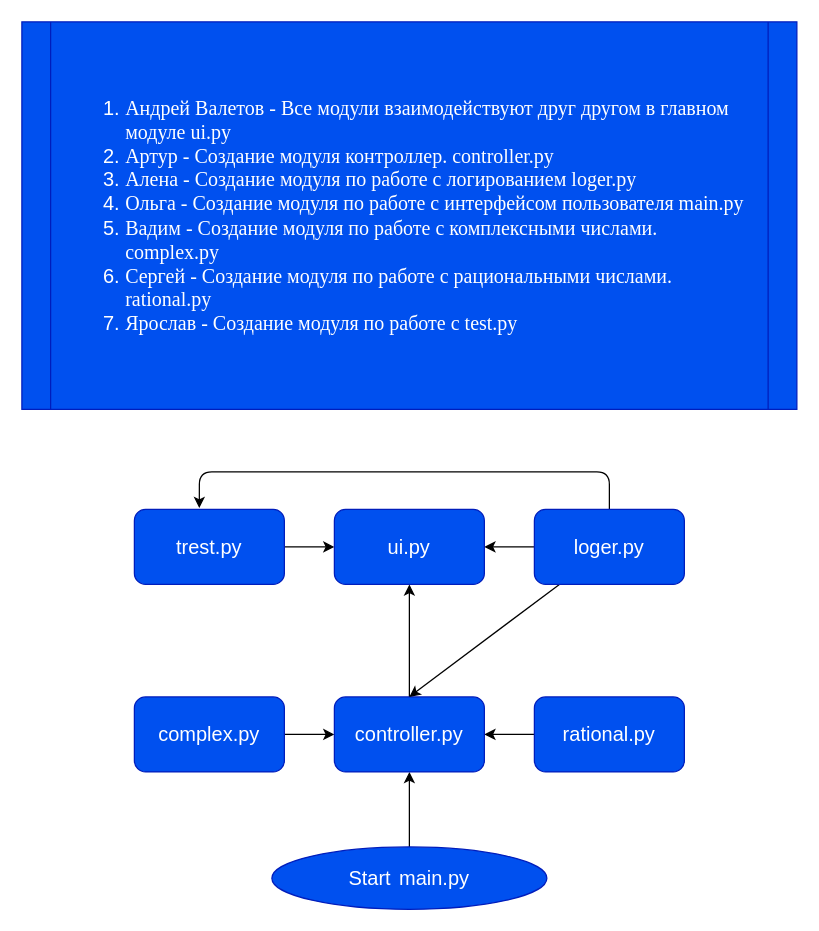
This is flowchart.drawio from GrafanyS/calculator_program, a draw.io file, before an edit. Source tidied: cells renumbered, new cells numbered last; positions are measured from the earlier drawing's top-left corner, leaving out a move shared by most shapes. Both pictures are drawn from the tidied source at 125%, with x=0, y=0 at pixel (21, 21).
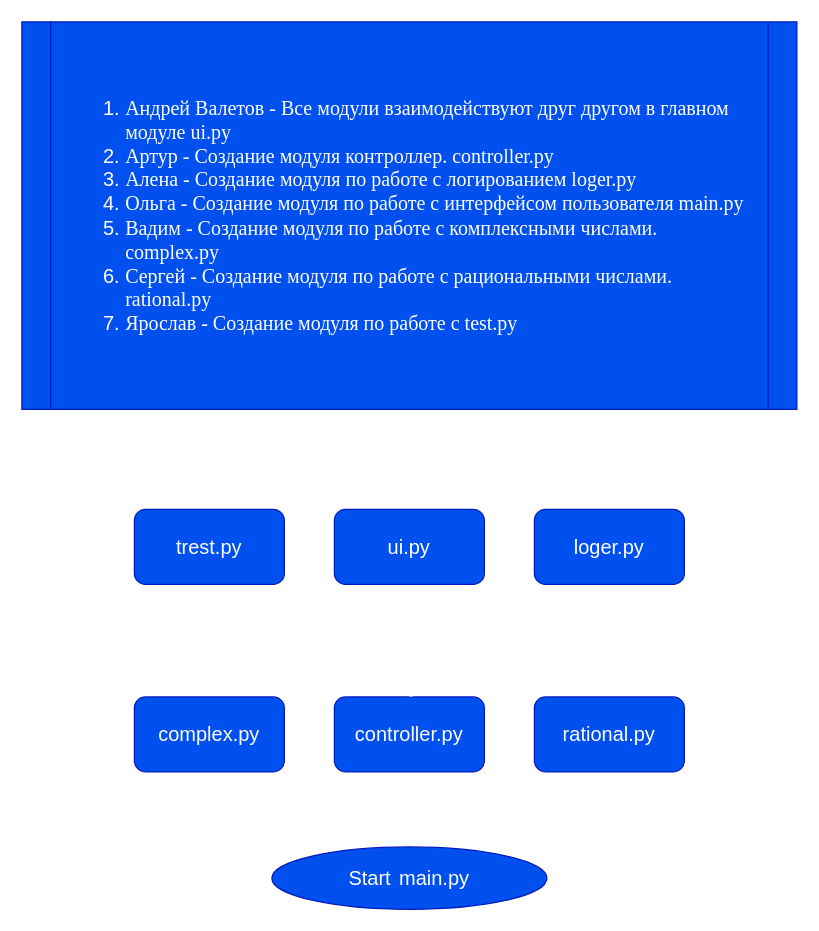
The same page after the edit.

Commit message:
.\flowchart.drawio беллые линии

Diff of the diagram source:
```diff
@@
 <mxGraphModel>
   <root>
     <mxCell id="0" />
     <mxCell id="1" parent="0" />
-    <mxCell id="2" style="edgeStyle=none;html=1;exitX=1;exitY=0.5;exitDx=0;exitDy=0;entryX=0;entryY=0.5;entryDx=0;entryDy=0;" parent="1" edge="1" source="3" target="11">
+    <mxCell id="2" style="edgeStyle=none;html=1;exitX=1;exitY=0.5;exitDx=0;exitDy=0;entryX=0;entryY=0.5;entryDx=0;entryDy=0;strokeColor=#FFFFFF;" parent="1" edge="1" source="3" target="11">
       <mxGeometry relative="1" as="geometry" />
     </mxCell>
     <mxCell id="3" value="&lt;div style=&quot;font-size: 16px ; line-height: 22px&quot;&gt;&lt;div style=&quot;line-height: 22px&quot;&gt;&lt;font&gt;complex.py&lt;/font&gt;&lt;/div&gt;&lt;/div&gt;" style="rounded=1;whiteSpace=wrap;html=1;fontColor=#ffffff;labelBackgroundColor=none;fillColor=#0050ef;strokeColor=#001DBC;" parent="1" vertex="1">
       <mxGeometry x="90" y="540" width="120" height="60" as="geometry" />
     </mxCell>
-    <mxCell id="4" style="edgeStyle=none;html=1;exitX=0;exitY=0.5;exitDx=0;exitDy=0;entryX=1;entryY=0.5;entryDx=0;entryDy=0;" parent="1" edge="1" source="5" target="11">
+    <mxCell id="4" style="edgeStyle=none;html=1;exitX=0;exitY=0.5;exitDx=0;exitDy=0;entryX=1;entryY=0.5;entryDx=0;entryDy=0;strokeColor=#FFFFFF;" parent="1" edge="1" source="5" target="11">
       <mxGeometry relative="1" as="geometry" />
     </mxCell>
     <mxCell id="5" value="&lt;div style=&quot;font-size: 16px; line-height: 22px;&quot;&gt;rational.py&lt;/div&gt;" style="rounded=1;whiteSpace=wrap;html=1;fontColor=#ffffff;labelBackgroundColor=none;fillColor=#0050ef;strokeColor=#001DBC;" parent="1" vertex="1">
       <mxGeometry x="410" y="540" width="120" height="60" as="geometry" />
     </mxCell>
-    <mxCell id="6" style="edgeStyle=none;html=1;exitX=1;exitY=0.5;exitDx=0;exitDy=0;entryX=0;entryY=0.5;entryDx=0;entryDy=0;" parent="1" edge="1" source="7" target="16">
+    <mxCell id="6" style="edgeStyle=none;html=1;exitX=1;exitY=0.5;exitDx=0;exitDy=0;entryX=0;entryY=0.5;entryDx=0;entryDy=0;strokeColor=#FFFFFF;" parent="1" edge="1" source="7" target="16">
       <mxGeometry relative="1" as="geometry" />
     </mxCell>
     <mxCell id="7" value="&lt;font style=&quot;font-size: 16px&quot;&gt;trest.py&lt;/font&gt;" style="rounded=1;whiteSpace=wrap;html=1;fontColor=#ffffff;labelBackgroundColor=none;fillColor=#0050ef;strokeColor=#001DBC;" parent="1" vertex="1">
       <mxGeometry x="90" y="390" width="120" height="60" as="geometry" />
     </mxCell>
-    <mxCell id="8" style="edgeStyle=none;html=1;" parent="1" edge="1" source="9" target="11">
+    <mxCell id="8" style="edgeStyle=none;html=1;strokeColor=#FFFFFF;" parent="1" edge="1" source="9" target="11">
       <mxGeometry relative="1" as="geometry" />
     </mxCell>
     <mxCell id="9" value="&lt;font style=&quot;font-size: 16px&quot;&gt;Start&lt;/font&gt;&amp;nbsp;&amp;nbsp;&lt;span style=&quot;font-size: 16px&quot;&gt;main.py&lt;/span&gt;" style="ellipse;whiteSpace=wrap;html=1;fontColor=#ffffff;labelBackgroundColor=none;fillColor=#0050ef;strokeColor=#001DBC;" parent="1" vertex="1">
       <mxGeometry x="200" y="660" width="220" height="50" as="geometry" />
     </mxCell>
-    <mxCell id="10" style="edgeStyle=none;html=1;exitX=0.5;exitY=0;exitDx=0;exitDy=0;entryX=0.5;entryY=1;entryDx=0;entryDy=0;" parent="1" edge="1" source="11" target="16">
+    <mxCell id="10" style="edgeStyle=none;html=1;exitX=0.5;exitY=0;exitDx=0;exitDy=0;entryX=0.5;entryY=1;entryDx=0;entryDy=0;strokeColor=#FFFFFF;" parent="1" edge="1" source="11" target="16">
       <mxGeometry relative="1" as="geometry" />
     </mxCell>
     <mxCell id="11" value="&lt;font style=&quot;font-size: 16px&quot;&gt;controller.py&lt;/font&gt;" style="rounded=1;whiteSpace=wrap;html=1;fontColor=#ffffff;labelBackgroundColor=none;fillColor=#0050ef;strokeColor=#001DBC;" parent="1" vertex="1">
       <mxGeometry x="250" y="540" width="120" height="60" as="geometry" />
     </mxCell>
-    <mxCell id="12" style="edgeStyle=none;html=1;exitX=0.5;exitY=0;exitDx=0;exitDy=0;entryX=0.433;entryY=-0.017;entryDx=0;entryDy=0;entryPerimeter=0;" parent="1" edge="1" source="15" target="7">
+    <mxCell id="12" style="edgeStyle=none;html=1;exitX=0.5;exitY=0;exitDx=0;exitDy=0;entryX=0.433;entryY=-0.017;entryDx=0;entryDy=0;entryPerimeter=0;strokeColor=#FFFFFF;" parent="1" edge="1" source="15" target="7">
       <mxGeometry relative="1" as="geometry">
         <Array as="points">
           <mxPoint x="470" y="360" />
           <mxPoint x="142" y="360" />
         </Array>
       </mxGeometry>
     </mxCell>
-    <mxCell id="13" style="edgeStyle=none;html=1;exitX=0;exitY=0.5;exitDx=0;exitDy=0;entryX=1;entryY=0.5;entryDx=0;entryDy=0;" parent="1" edge="1" source="15" target="16">
+    <mxCell id="13" style="edgeStyle=none;html=1;exitX=0;exitY=0.5;exitDx=0;exitDy=0;entryX=1;entryY=0.5;entryDx=0;entryDy=0;strokeColor=#FFFFFF;" parent="1" edge="1" source="15" target="16">
       <mxGeometry relative="1" as="geometry" />
     </mxCell>
-    <mxCell id="14" style="edgeStyle=none;html=1;entryX=0.5;entryY=0;entryDx=0;entryDy=0;" parent="1" edge="1" source="15" target="11">
+    <mxCell id="14" style="edgeStyle=none;html=1;entryX=0.5;entryY=0;entryDx=0;entryDy=0;strokeColor=#FFFFFF;" parent="1" edge="1" source="15" target="11">
       <mxGeometry relative="1" as="geometry" />
     </mxCell>
     <mxCell id="15" value="&lt;font style=&quot;font-size: 16px&quot;&gt;loger.py&lt;/font&gt;" style="rounded=1;whiteSpace=wrap;html=1;fontColor=#ffffff;labelBackgroundColor=none;fillColor=#0050ef;strokeColor=#001DBC;" parent="1" vertex="1">
       <mxGeometry x="410" y="390" width="120" height="60" as="geometry" />
     </mxCell>
     <mxCell id="16" value="&lt;font style=&quot;font-size: 16px&quot;&gt;ui.py&lt;/font&gt;" style="rounded=1;whiteSpace=wrap;html=1;fontColor=#ffffff;labelBackgroundColor=none;fillColor=#0050ef;strokeColor=#001DBC;" parent="1" vertex="1">
       <mxGeometry x="250" y="390" width="120" height="60" as="geometry" />
     </mxCell>
     <mxCell id="17" value="&lt;p class=&quot;MsoNormal&quot; style=&quot;margin-bottom: 0cm ; margin-bottom: 0.0001pt ; line-height: normal&quot;&gt;&lt;/p&gt;&lt;div style=&quot;text-align: left&quot;&gt;&lt;ol&gt;&lt;li&gt;&lt;span style=&quot;font-size: 12.0pt ; line-height: 107% ; font-family: &amp;#34;times new roman&amp;#34; , serif&quot;&gt;Андрей Валетов -&amp;nbsp;Все модули взаимодействуют друг другом в главном&lt;br&gt;модуле ui.py&lt;/span&gt;&lt;/li&gt;&lt;li&gt;&lt;span style=&quot;font-size: 12.0pt ; line-height: 107% ; font-family: &amp;#34;times new roman&amp;#34; , serif&quot;&gt;Артур&amp;nbsp;- Создание модуля контроллер.&amp;nbsp;controller.py&lt;br&gt;&lt;/span&gt;&lt;/li&gt;&lt;li&gt;&lt;span style=&quot;font-size: 12.0pt ; line-height: 107% ; font-family: &amp;#34;times new roman&amp;#34; , serif&quot;&gt;Алена&amp;nbsp;- Создание модуля по работе с логированием loger.py&lt;br&gt;&lt;/span&gt;&lt;/li&gt;&lt;li&gt;&lt;span style=&quot;font-size: 12.0pt ; line-height: 107% ; font-family: &amp;#34;times new roman&amp;#34; , serif&quot;&gt;Ольга&amp;nbsp;- Создание модуля по работе с интерфейсом пользователя main.py&lt;br&gt;&lt;/span&gt;&lt;/li&gt;&lt;li&gt;&lt;span style=&quot;font-size: 12.0pt ; line-height: 107% ; font-family: &amp;#34;times new roman&amp;#34; , serif&quot;&gt;Вадим&amp;nbsp;- Создание модуля по работе с комплексными числами.&lt;br&gt;complex.py&lt;br&gt;&lt;/span&gt;&lt;/li&gt;&lt;li&gt;&lt;span style=&quot;font-size: 12.0pt ; line-height: 107% ; font-family: &amp;#34;times new roman&amp;#34; , serif&quot;&gt;Сергей&amp;nbsp;-&amp;nbsp;Создание модуля по работе с рациональными числами.&lt;br&gt;rational.py&lt;br&gt;&lt;/span&gt;&lt;/li&gt;&lt;li&gt;&lt;span style=&quot;font-size: 12.0pt ; line-height: 107% ; font-family: &amp;#34;times new roman&amp;#34; , serif&quot;&gt;Ярослав&amp;nbsp;- Создание модуля по работе с test.py&lt;br&gt;&lt;/span&gt;&lt;/li&gt;&lt;/ol&gt;&lt;/div&gt;" style="shape=process;whiteSpace=wrap;html=1;backgroundOutline=1;labelBackgroundColor=none;fontFamily=Helvetica;fontSize=16;fontColor=#ffffff;size=0.036585365853658534;fillColor=#0050ef;strokeColor=#001DBC;" parent="1" vertex="1">
       <mxGeometry width="620" height="310" as="geometry" />
     </mxCell>
   </root>
 </mxGraphModel>
```
